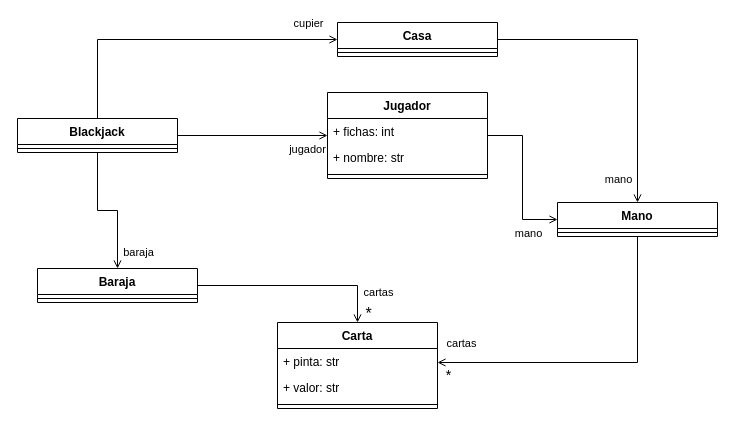
The draw.io diagram page "Modelo del mundo" (1 of 2) of docs/class-model-blackjack.drawio in juanital948/blackjack-game-2025, before the edit. Source tidied: cells renumbered, new cells numbered last; positions are measured from the earlier drawing's top-left corner, leaving out a move shared by most shapes. Both pictures are drawn from the tidied source at 100%, with x=0, y=0 at pixel (17, 22).
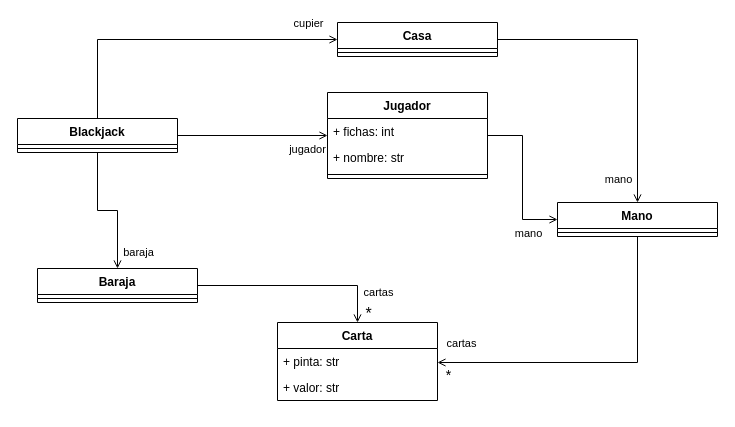
Above is the later version.

Diff of the diagram source:
```diff
@@
     <mxCell id="21" value="Carta" style="swimlane;fontStyle=1;align=center;verticalAlign=top;horizontal=1;startSize=26;whiteSpace=wrap;html=1;" parent="1" vertex="1">
-      <mxGeometry x="260" y="300" width="160" height="86" as="geometry" />
+      <mxGeometry x="260" y="300" width="160" height="78" as="geometry" />
     </mxCell>
@@
-    <mxCell id="24" style="line;strokeWidth=1;fillColor=none;align=left;verticalAlign=middle;spacingTop=-1;spacingLeft=3;spacingRight=3;labelPosition=right;strokeColor=inherit;" parent="21" vertex="1">
-      <mxGeometry y="78" width="160" height="8" as="geometry" />
-    </mxCell>
```
